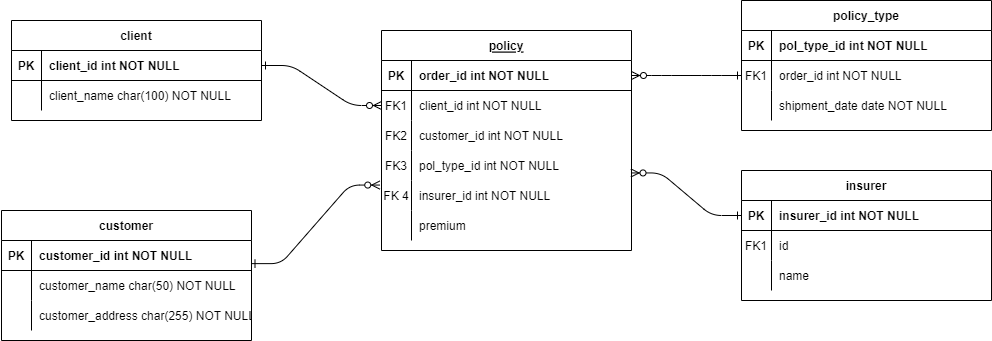
Above: images/db_schema.png in dtodorowa/symvue-challenge (draw.io), before the change. Source tidied: cells renumbered, new cells last; positions are measured from the earlier drawing's top-left corner, leaving out a move shared by most shapes.
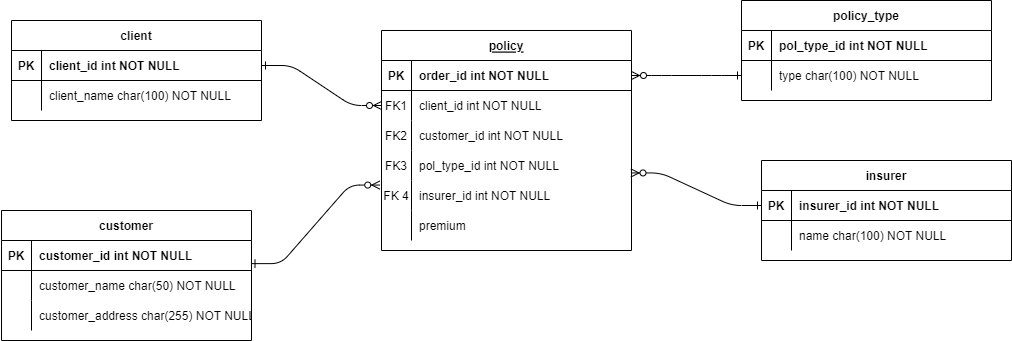
After the commit.

Diff of the diagram source:
```diff
@@ -119,7 +119,7 @@
       <mxGeometry x="30" width="220" height="30" as="geometry" />
     </mxCell>
     <mxCell id="40" value="policy_type" style="shape=table;startSize=30;rowLines=0;fontStyle=1;align=center;" parent="1" vertex="1">
-      <mxGeometry x="740" width="250" height="130" as="geometry" />
+      <mxGeometry x="740" width="250" height="100" as="geometry" />
     </mxCell>
     <mxCell id="41" style="shape=partialRectangle;fillColor=none;top=0;left=0;right=0;bottom=1;" parent="40" vertex="1">
       <mxGeometry y="30" width="250" height="30" as="geometry" />
@@ -133,23 +133,14 @@
     <mxCell id="44" style="shape=partialRectangle;fillColor=none;points=[[0,0.5],[1,0.5]];portConstraint=eastwest;top=0;left=0;right=0;bottom=0;" parent="40" vertex="1">
       <mxGeometry y="60" width="250" height="30" as="geometry" />
     </mxCell>
-    <mxCell id="45" value="FK1" style="shape=partialRectangle;overflow=hidden;fillColor=none;top=0;left=0;bottom=0;right=0;" parent="44" vertex="1">
+    <mxCell id="45" style="shape=partialRectangle;overflow=hidden;fillColor=none;top=0;left=0;bottom=0;right=0;" parent="44" vertex="1">
       <mxGeometry width="30" height="30" as="geometry" />
     </mxCell>
-    <mxCell id="46" value="order_id int NOT NULL" style="shape=partialRectangle;overflow=hidden;fillColor=none;top=0;left=0;bottom=0;right=0;align=left;spacingLeft=6;" parent="44" vertex="1">
+    <mxCell id="46" value="type char(100) NOT NULL" style="shape=partialRectangle;overflow=hidden;fillColor=none;top=0;left=0;bottom=0;right=0;align=left;spacingLeft=6;" parent="44" vertex="1">
       <mxGeometry x="30" width="220" height="30" as="geometry" />
     </mxCell>
-    <mxCell id="47" style="shape=partialRectangle;fillColor=none;top=0;left=0;right=0;bottom=0;" parent="40" vertex="1">
-      <mxGeometry y="90" width="250" height="30" as="geometry" />
-    </mxCell>
-    <mxCell id="48" style="shape=partialRectangle;overflow=hidden;fillColor=none;top=0;left=0;bottom=0;right=0;" parent="47" vertex="1">
-      <mxGeometry width="30" height="30" as="geometry" />
-    </mxCell>
-    <mxCell id="49" value="shipment_date date NOT NULL" style="shape=partialRectangle;overflow=hidden;fillColor=none;top=0;left=0;bottom=0;right=0;align=left;spacingLeft=6;" parent="47" vertex="1">
-      <mxGeometry x="30" width="220" height="30" as="geometry" />
-    </mxCell>
     <mxCell id="50" value="insurer" style="shape=table;startSize=30;rowLines=0;fontStyle=1;align=center;" parent="1" vertex="1">
-      <mxGeometry x="740" y="170" width="250" height="130" as="geometry" />
+      <mxGeometry x="760" y="160" width="250" height="100" as="geometry" />
     </mxCell>
     <mxCell id="51" style="shape=partialRectangle;fillColor=none;points=[[0,0.5],[1,0.5]];portConstraint=eastwest;top=0;left=0;right=0;bottom=1;" parent="50" vertex="1">
       <mxGeometry y="30" width="250" height="30" as="geometry" />
@@ -160,22 +151,13 @@
     <mxCell id="53" value="insurer_id int NOT NULL " style="shape=partialRectangle;overflow=hidden;fillColor=none;top=0;left=0;bottom=0;right=0;align=left;spacingLeft=6;fontStyle=1;" parent="51" vertex="1">
       <mxGeometry x="30" width="220" height="30" as="geometry" />
     </mxCell>
-    <mxCell id="54" style="shape=partialRectangle;fillColor=none;top=0;left=0;right=0;bottom=0;" parent="50" vertex="1">
-      <mxGeometry y="60" width="250" height="30" as="geometry" />
-    </mxCell>
-    <mxCell id="55" value="FK1" style="shape=partialRectangle;overflow=hidden;fillColor=none;top=0;left=0;bottom=0;right=0;" parent="54" vertex="1">
-      <mxGeometry width="30" height="30" as="geometry" />
-    </mxCell>
-    <mxCell id="56" value="id" style="shape=partialRectangle;overflow=hidden;fillColor=none;top=0;left=0;bottom=0;right=0;align=left;spacingLeft=6;" parent="54" vertex="1">
-      <mxGeometry x="30" width="220" height="30" as="geometry" />
-    </mxCell>
     <mxCell id="57" style="shape=partialRectangle;fillColor=none;top=0;left=0;right=0;bottom=0;" parent="50" vertex="1">
-      <mxGeometry y="90" width="250" height="30" as="geometry" />
+      <mxGeometry y="60" width="250" height="30" as="geometry" />
     </mxCell>
     <mxCell id="58" style="shape=partialRectangle;overflow=hidden;fillColor=none;top=0;left=0;bottom=0;right=0;" parent="57" vertex="1">
       <mxGeometry width="30" height="30" as="geometry" />
     </mxCell>
-    <mxCell id="59" value="name" style="shape=partialRectangle;overflow=hidden;fillColor=none;top=0;left=0;bottom=0;right=0;align=left;spacingLeft=6;" parent="57" vertex="1">
+    <mxCell id="59" value="name char(100) NOT NULL" style="shape=partialRectangle;overflow=hidden;fillColor=none;top=0;left=0;bottom=0;right=0;align=left;spacingLeft=6;" parent="57" vertex="1">
       <mxGeometry x="30" width="220" height="30" as="geometry" />
     </mxCell>
     <mxCell id="60" style="edgeStyle=entityRelationEdgeStyle;endArrow=ERzeroToMany;startArrow=ERone;endFill=1;startFill=0;exitX=0.998;exitY=0.771;exitDx=0;exitDy=0;exitPerimeter=0;entryX=-0.007;entryY=0.152;entryDx=0;entryDy=0;entryPerimeter=0;" parent="1" edge="1" source="31" target="17">
```
